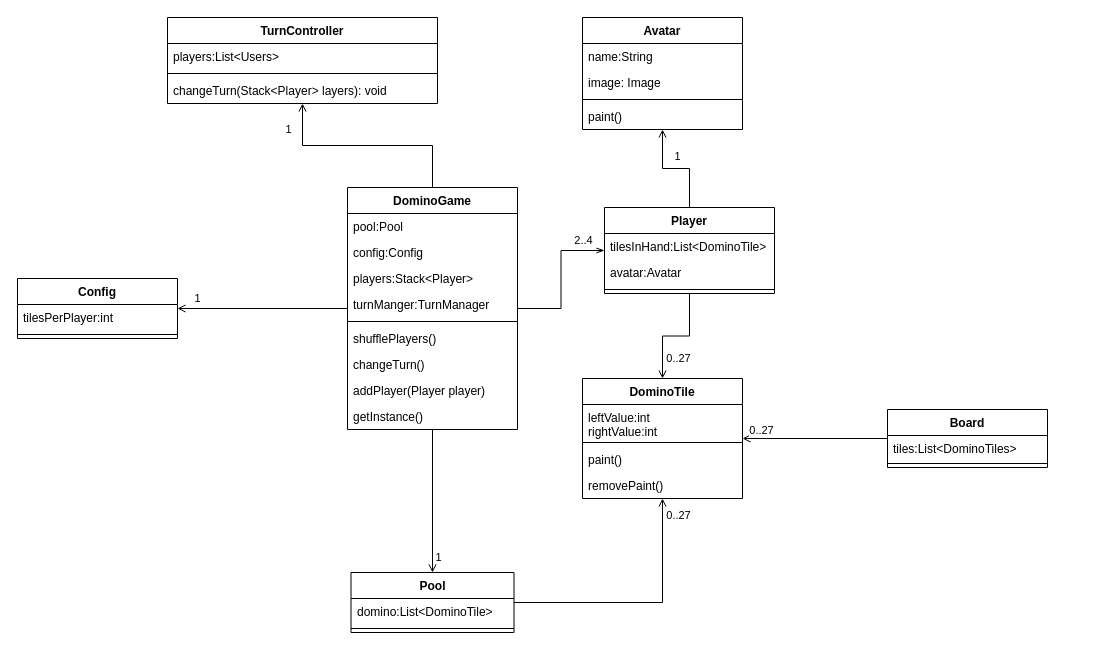
SilverFlin/DominosPizza keeps this draw.io diagram as diagrams/Dominio/DominioDomino.drawio. Above is the earlier version. Source tidied: cells renumbered, new cells numbered last; positions are measured from the earlier drawing's top-left corner, leaving out a move shared by most shapes. Both pictures are drawn from the tidied source at 100%, with x=0, y=0 at pixel (17, 17).
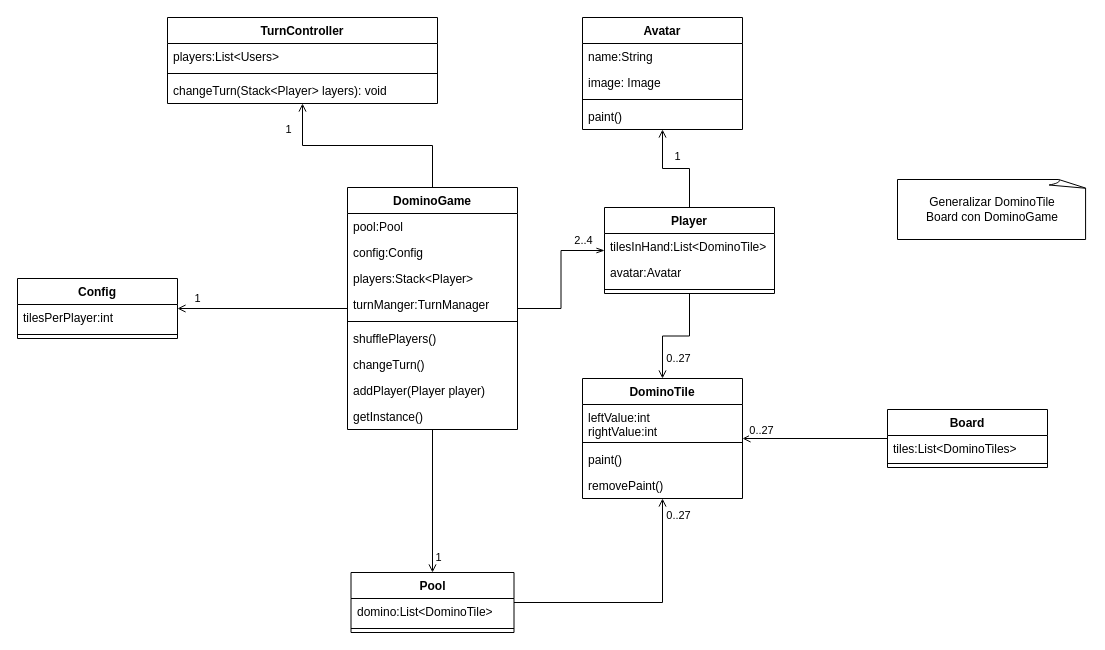
After the change.

The edit, as a diff of the source:
```diff
@@
+    <mxCell id="54" value="Generalizar DominoTile&lt;br&gt;Board con DominoGame" style="whiteSpace=wrap;html=1;shape=mxgraph.basic.document;" parent="1" vertex="1">
+      <mxGeometry x="880" y="162" width="190" height="60" as="geometry" />
+    </mxCell>
```
